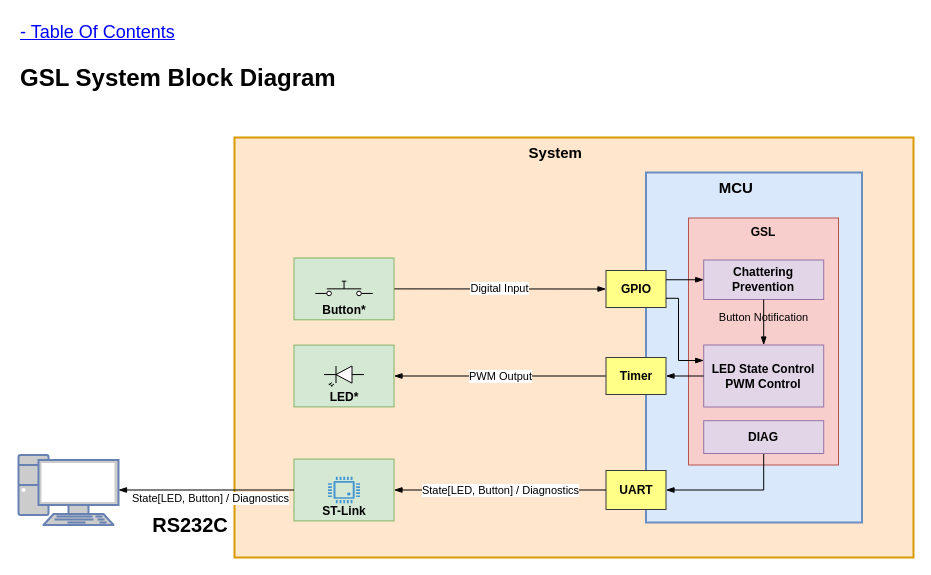
gtuja/GSL keeps this draw.io diagram as page "SystemBlockDiagram" (3 of 19) of Document/GSL_Diagram.drawio. Above is the earlier version. Source tidied: cells renumbered, new cells numbered last; positions are measured from the earlier drawing's top-left corner, leaving out a move shared by most shapes. Both pictures are drawn from the tidied source at 100%, with x=0, y=0 at pixel (18, 17).
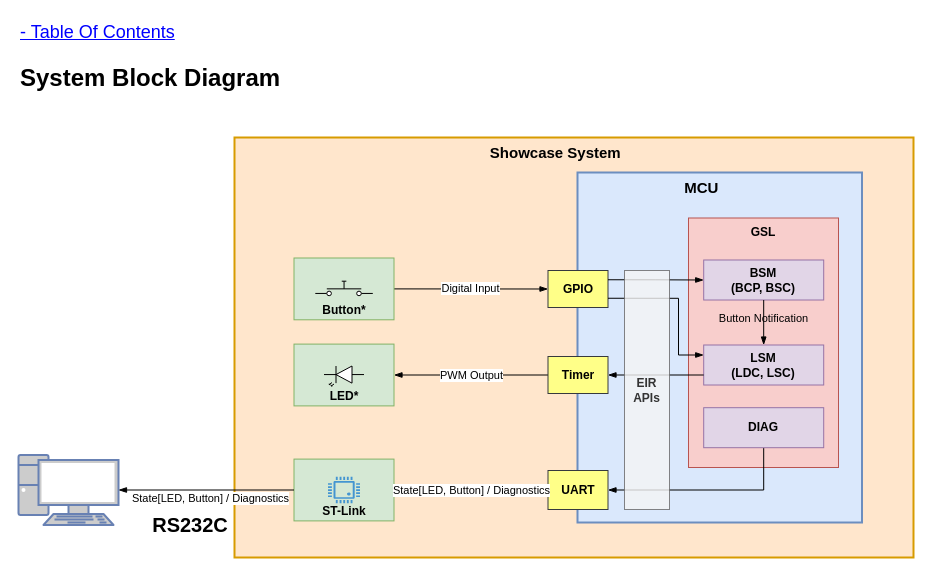
The same page after the edit.

Change to the diagram source:
```diff
@@
-    <mxCell id="2" value="&lt;div style=&quot;margin-top: 0pt; margin-bottom: 0pt; text-indent: -0.38in; font-size: 15px;&quot; class=&quot;O0&quot;&gt;&lt;span style=&quot;font-size: 15px; font-weight: bold;&quot;&gt;System&lt;/span&gt;&lt;/div&gt;" style="rounded=0;whiteSpace=wrap;html=1;strokeWidth=2;align=center;horizontal=1;verticalAlign=top;fontSize=15;labelBackgroundColor=none;fontFamily=Calibri;fillColor=#ffe6cc;strokeColor=#d79b00;" parent="1" vertex="1">
+    <mxCell id="2" value="&lt;div style=&quot;margin-top: 0pt; margin-bottom: 0pt; text-indent: -0.38in; font-size: 15px;&quot; class=&quot;O0&quot;&gt;&lt;span style=&quot;font-size: 15px; font-weight: bold;&quot;&gt;Showcase System&lt;/span&gt;&lt;/div&gt;" style="rounded=0;whiteSpace=wrap;html=1;strokeWidth=2;align=center;horizontal=1;verticalAlign=top;fontSize=15;labelBackgroundColor=none;fontFamily=Calibri;fillColor=#ffe6cc;strokeColor=#d79b00;" parent="1" vertex="1">
       <mxGeometry x="216" y="120" width="679" height="420" as="geometry" />
     </mxCell>
     <mxCell id="3" value="&lt;div class=&quot;O0&quot; style=&quot;margin-top: 0pt; margin-bottom: 0pt; text-indent: -0.38in; font-size: 15px;&quot;&gt;&lt;div class=&quot;O0&quot; style=&quot;margin-top: 0pt; margin-bottom: 0pt; text-indent: -0.38in; font-size: 15px;&quot;&gt;&lt;span style=&quot;font-size: 15px; font-weight: bold;&quot;&gt;MCU&lt;/span&gt;&lt;/div&gt;&lt;/div&gt;" style="rounded=0;whiteSpace=wrap;html=1;strokeWidth=2;align=center;horizontal=1;verticalAlign=top;fontSize=15;labelBackgroundColor=none;fontFamily=Calibri;fillColor=#dae8fc;strokeColor=#6c8ebf;" parent="1" vertex="1">
-      <mxGeometry x="627.5" y="155" width="216" height="350" as="geometry" />
+      <mxGeometry x="559" y="155" width="284.5" height="350" as="geometry" />
     </mxCell>
     <mxCell id="4" value="UART" style="rounded=0;whiteSpace=wrap;html=1;align=center;verticalAlign=middle;fontFamily=Calibri;fontStyle=1;fillColor=#ffff88;strokeColor=#36393d;" parent="1" vertex="1">
-      <mxGeometry x="587.5" y="453" width="60" height="39" as="geometry" />
+      <mxGeometry x="529.5" y="453" width="60" height="39" as="geometry" />
     </mxCell>
@@
     <mxCell id="8" value="GSL" style="rounded=0;whiteSpace=wrap;html=1;horizontal=1;verticalAlign=top;flipV=0;fontFamily=Calibri;fontStyle=1;fillColor=#f8cecc;strokeColor=#b85450;" parent="1" vertex="1">
-      <mxGeometry x="670" y="200.5" width="150" height="247" as="geometry" />
+      <mxGeometry x="670" y="200.5" width="150" height="249.5" as="geometry" />
     </mxCell>
-    <mxCell id="9" value="Chattering&lt;div&gt;Prevention&lt;/div&gt;" style="rounded=0;whiteSpace=wrap;html=1;flipV=0;fontFamily=Calibri;fontStyle=1;fillColor=#e1d5e7;strokeColor=#9673a6;" parent="1" vertex="1">
-      <mxGeometry x="685.2" y="242.5" width="120" height="39.5" as="geometry" />
+    <mxCell id="9" value="BSM&lt;div&gt;(BCP, BSC)&lt;/div&gt;" style="rounded=0;whiteSpace=wrap;html=1;flipV=0;fontFamily=Calibri;fontStyle=1;fillColor=#e1d5e7;strokeColor=#9673a6;" parent="1" vertex="1">
+      <mxGeometry x="685.2" y="242.5" width="120" height="40" as="geometry" />
     </mxCell>
-    <mxCell id="10" value="LED State Control&lt;div&gt;PWM Control&lt;/div&gt;" style="rounded=0;whiteSpace=wrap;html=1;verticalAlign=middle;flipV=0;fontFamily=Calibri;fontStyle=1;fillColor=#e1d5e7;strokeColor=#9673a6;" parent="1" vertex="1">
-      <mxGeometry x="685.2" y="327.5" width="120" height="62" as="geometry" />
+    <mxCell id="10" value="LSM&lt;div&gt;(LDC, LSC)&lt;/div&gt;" style="rounded=0;whiteSpace=wrap;html=1;verticalAlign=middle;flipV=0;fontFamily=Calibri;fontStyle=1;fillColor=#e1d5e7;strokeColor=#9673a6;" parent="1" vertex="1">
+      <mxGeometry x="685.2" y="327.5" width="120" height="40" as="geometry" />
     </mxCell>
@@
     <mxCell id="13" value="LED*" style="rounded=0;whiteSpace=wrap;html=1;fontFamily=Calibri;fontStyle=1;verticalAlign=bottom;fillColor=#d5e8d4;strokeColor=#82b366;" parent="1" vertex="1">
-      <mxGeometry x="275.5" y="327.6" width="100" height="61.8" as="geometry" />
+      <mxGeometry x="275.5" y="326.6" width="100" height="61.8" as="geometry" />
     </mxCell>
     <mxCell id="14" value="GPIO" style="rounded=0;whiteSpace=wrap;html=1;align=center;verticalAlign=middle;fontFamily=Calibri;fontStyle=1;fillColor=#ffff88;strokeColor=#36393d;" parent="1" vertex="1">
-      <mxGeometry x="587.5" y="253" width="60" height="37" as="geometry" />
+      <mxGeometry x="529.5" y="253" width="60" height="37" as="geometry" />
     </mxCell>
     <mxCell id="15" value="Timer" style="rounded=0;whiteSpace=wrap;html=1;align=center;verticalAlign=middle;fontFamily=Calibri;fontStyle=1;fillColor=#ffff88;strokeColor=#36393d;" parent="1" vertex="1">
-      <mxGeometry x="587.5" y="340" width="60" height="37" as="geometry" />
+      <mxGeometry x="529.5" y="339" width="60" height="37" as="geometry" />
     </mxCell>
@@
-    <mxCell id="22" style="endArrow=blockThin;startArrow=none;html=1;rounded=0;entryX=1;entryY=0.5;entryDx=0;entryDy=0;exitX=0;exitY=0.5;exitDx=0;exitDy=0;strokeWidth=1;startFill=0;endFill=1;fontFamily=Calibri;" parent="1" edge="1" source="10" target="15">
+    <mxCell id="22" style="endArrow=blockThin;startArrow=none;html=1;rounded=0;entryX=1;entryY=0.5;entryDx=0;entryDy=0;exitX=0;exitY=0.75;exitDx=0;exitDy=0;strokeWidth=1;startFill=0;endFill=1;fontFamily=Calibri;" parent="1" edge="1" source="10" target="15">
       <mxGeometry relative="1" as="geometry" />
     </mxCell>
@@
-    <mxCell id="26" value="&lt;h1 style=&quot;margin-top: 0px;&quot;&gt;GSL System Block Diagram&lt;/h1&gt;" style="text;html=1;whiteSpace=wrap;overflow=hidden;rounded=0;fontFamily=Calibri;" parent="1" vertex="1">
+    <mxCell id="26" value="&lt;h1 style=&quot;margin-top: 0px;&quot;&gt;System Block Diagram&lt;/h1&gt;" style="text;html=1;whiteSpace=wrap;overflow=hidden;rounded=0;fontFamily=Calibri;" parent="1" vertex="1">
       <mxGeometry y="40" width="420" height="40" as="geometry" />
     </mxCell>
@@
     <mxCell id="28" value="DIAG" style="rounded=0;whiteSpace=wrap;html=1;verticalAlign=middle;flipV=0;fontFamily=Calibri;fontStyle=1;fillColor=#e1d5e7;strokeColor=#9673a6;" parent="1" vertex="1">
-      <mxGeometry x="685.2" y="403.2" width="120" height="32.8" as="geometry" />
+      <mxGeometry x="685.2" y="390.2" width="120" height="40" as="geometry" />
     </mxCell>
     <mxCell id="29" style="endArrow=blockThin;startArrow=none;html=1;rounded=0;entryX=0;entryY=0.25;entryDx=0;entryDy=0;exitX=1;exitY=0.75;exitDx=0;exitDy=0;strokeWidth=1;startFill=0;endFill=1;fontFamily=Calibri;edgeStyle=orthogonalEdgeStyle;" parent="1" edge="1" source="14" target="10">
       <mxGeometry relative="1" as="geometry">
         <Array as="points">
           <mxPoint x="660" y="281" />
-          <mxPoint x="660" y="343" />
+          <mxPoint x="660" y="338" />
+          <mxPoint x="685" y="338" />
         </Array>
       </mxGeometry>
     </mxCell>
+    <mxCell id="30" value="EIR&lt;div&gt;APIs&lt;/div&gt;" style="rounded=0;whiteSpace=wrap;html=1;align=center;verticalAlign=middle;fontFamily=Calibri;fontStyle=1;fillColor=#f5f5f5;strokeColor=#666666;opacity=80;fontColor=#333333;" parent="1" vertex="1">
+      <mxGeometry x="606" y="253" width="45" height="239" as="geometry" />
+    </mxCell>
```
